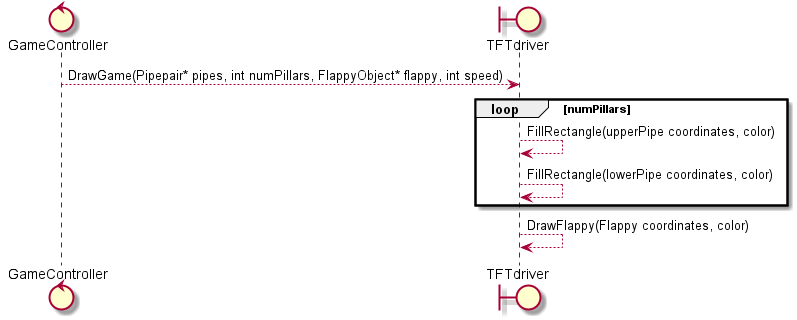
This is Projekt/diagrams/out/DrawGame/DrawGame.png from Valdemartt/AMS, a PlantUML export, as it was before one commit. Its diagram source:
```plantuml
@startuml
control GameController
boundary TFTdriver
GameController-->TFTdriver : DrawGame(Pipepair* pipes, int numPillars, FlappyObject* flappy, int speed)
loop numPillars
    TFTdriver-->TFTdriver : FillRectangle(upperPipe coordinates, color)
    TFTdriver-->TFTdriver : FillRectangle(lowerPipe coordinates, color)
end
TFTdriver-->TFTdriver : DrawFlappy(Flappy coordinates, color)
@enduml
```
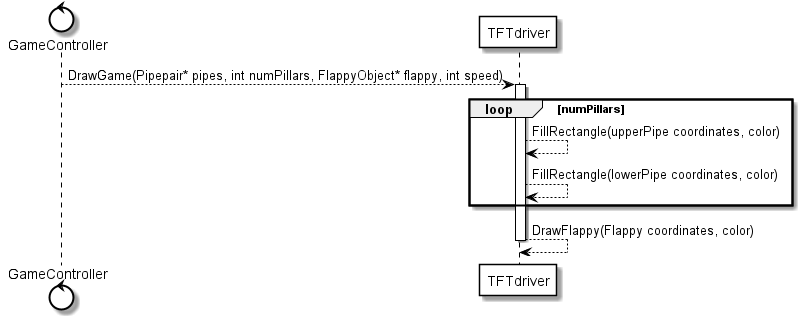
After the change.

What changed in the source:
```diff
@@ -1,10 +1,31 @@
 @startuml
+skinparam sequence {
+    ArrowColor Black
+    ActorBorderColor Black
+    LifeLineBorderColor Black
+    ArrowMessageAlignment center
+    ParticipantBorderColor Black
+    ParticipantBackgroundColor White
+    BoxBorderColor Black
+}
+
+skinparam Collections {
+    BorderColor Black
+    BackgroundColor White
+}
+
+skinparam control{
+    BorderColor Black
+    BackgroundColor White
+}
 control GameController
-boundary TFTdriver
+participant TFTdriver
 GameController-->TFTdriver : DrawGame(Pipepair* pipes, int numPillars, FlappyObject* flappy, int speed)
+activate TFTdriver
 loop numPillars
     TFTdriver-->TFTdriver : FillRectangle(upperPipe coordinates, color)
     TFTdriver-->TFTdriver : FillRectangle(lowerPipe coordinates, color)
 end
 TFTdriver-->TFTdriver : DrawFlappy(Flappy coordinates, color)
+deactivate TFTdriver
 @enduml
```
